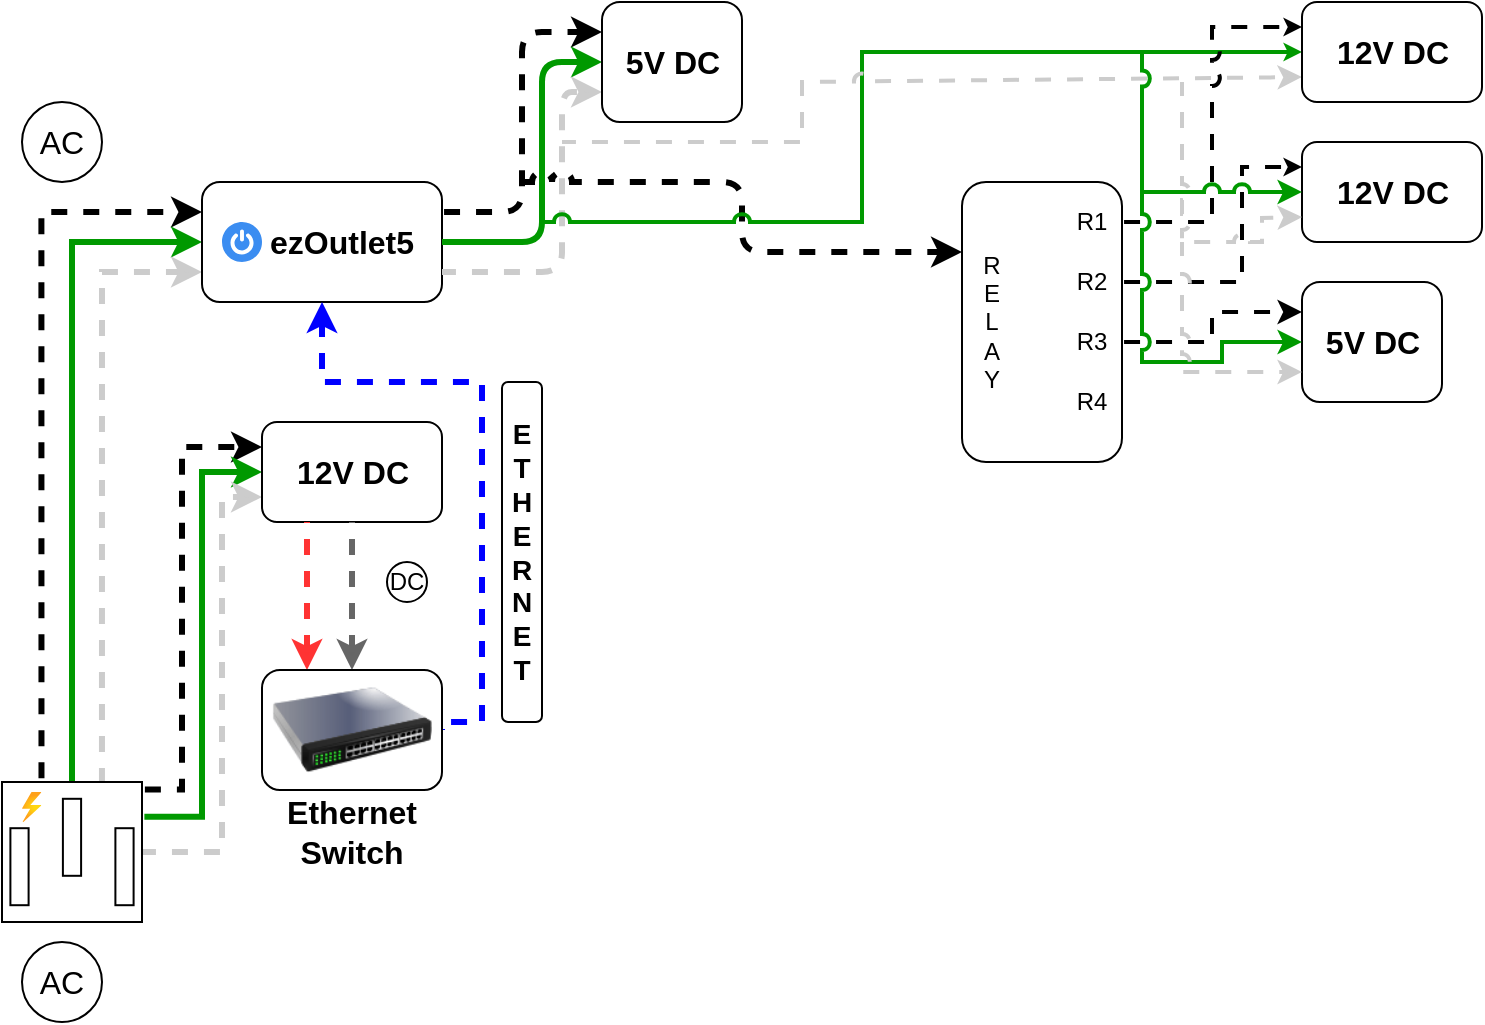
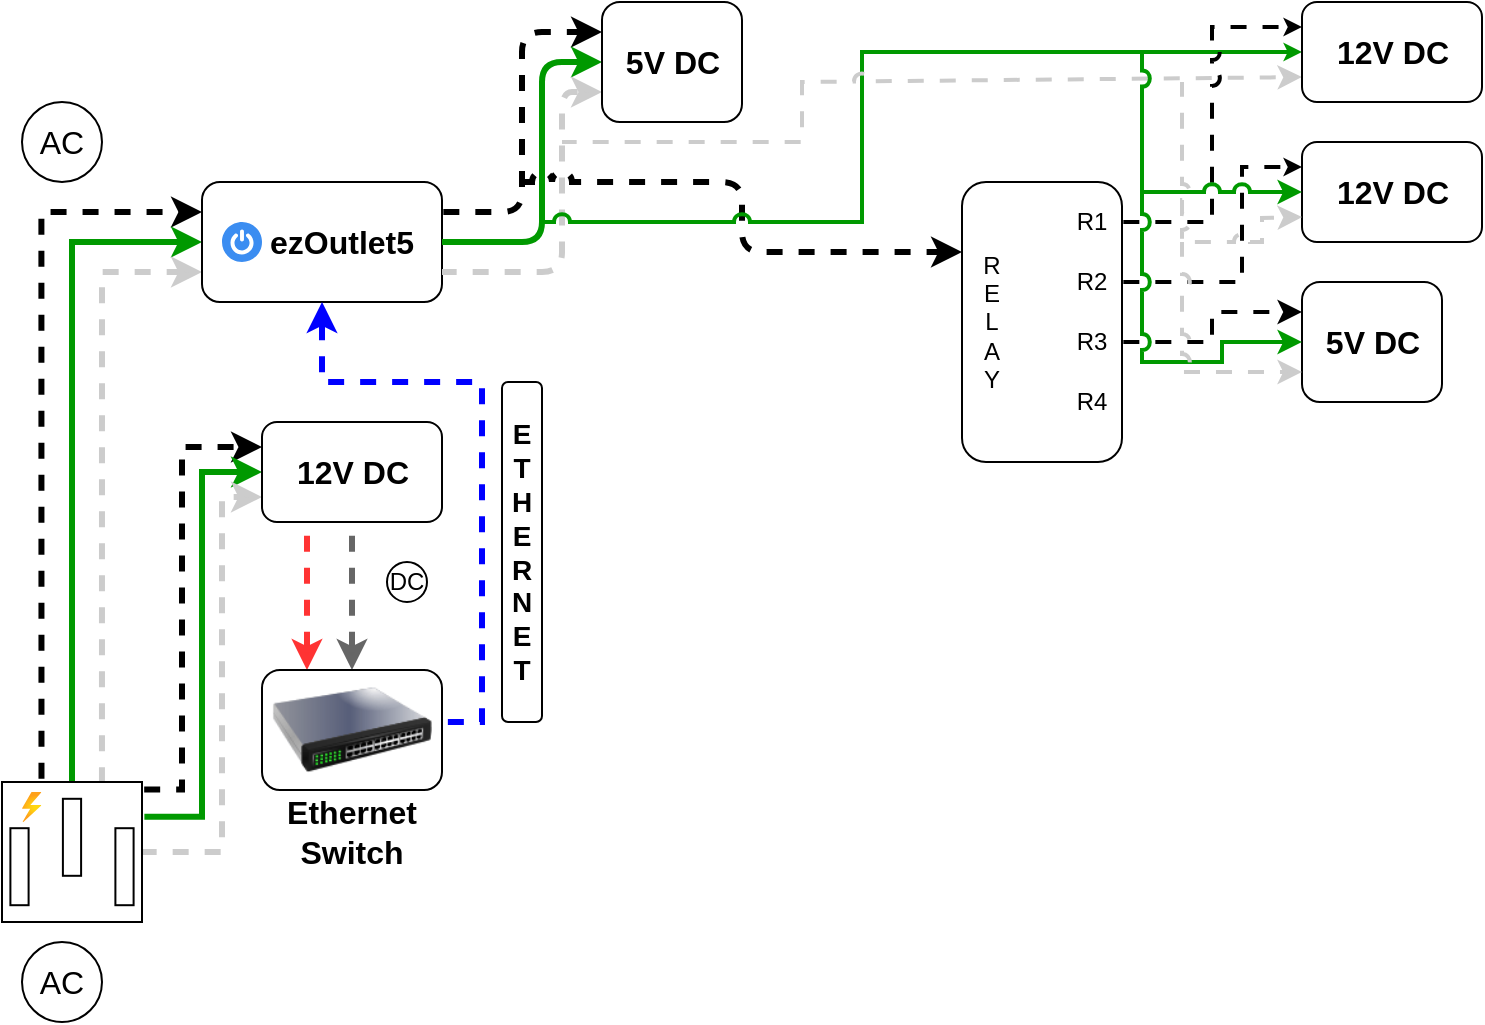
<mxfile host="app.diagrams.net" agent="Mozilla/5.0 (Windows NT 10.0; Win64; x64) AppleWebKit/537.36 (KHTML, like Gecko) Chrome/131.0.0.0 Safari/537.36 Edg/131.0.0.0" version="25.0.3">
  <diagram name="Page-1" id="VlRkN-xOVygPYa-iD9Ir">
-     <mxGraphModel dx="420" dy="263" grid="1" gridSize="10" guides="1" tooltips="1" connect="1" arrows="1" fold="1" page="1" pageScale="1" pageWidth="1169" pageHeight="827" background="none" math="0" shadow="0">
+     <mxGraphModel dx="1050" dy="658" grid="1" gridSize="10" guides="1" tooltips="1" connect="1" arrows="1" fold="1" page="1" pageScale="1" pageWidth="1169" pageHeight="827" background="none" math="0" shadow="0">
      <root>
        <mxCell id="0" />
        <mxCell id="1" parent="0" />
        <mxCell id="JVLtuT8sySUBbFbLTn6r-3" style="edgeStyle=orthogonalEdgeStyle;rounded=0;orthogonalLoop=1;jettySize=auto;html=1;entryX=0;entryY=0.25;entryDx=0;entryDy=0;exitX=0.282;exitY=-0.013;exitDx=0;exitDy=0;exitPerimeter=0;strokeWidth=3;flowAnimation=1;flowAnimationDirection=alternate;flowAnimationTimingFunction=ease-in-out;flowAnimationDuration=1500;" edge="1" parent="1" source="pD8juBFKP1GN8B8eYQTb-1" target="pD8juBFKP1GN8B8eYQTb-3">
          <mxGeometry relative="1" as="geometry" />
        </mxCell>
        <mxCell id="JVLtuT8sySUBbFbLTn6r-4" style="edgeStyle=orthogonalEdgeStyle;rounded=0;orthogonalLoop=1;jettySize=auto;html=1;exitX=0.5;exitY=0;exitDx=0;exitDy=0;exitPerimeter=0;entryX=0;entryY=0.5;entryDx=0;entryDy=0;strokeColor=#009900;strokeWidth=3;" edge="1" parent="1" source="pD8juBFKP1GN8B8eYQTb-1" target="pD8juBFKP1GN8B8eYQTb-3">
          <mxGeometry relative="1" as="geometry" />
        </mxCell>
        <mxCell id="JVLtuT8sySUBbFbLTn6r-5" style="edgeStyle=orthogonalEdgeStyle;rounded=0;orthogonalLoop=1;jettySize=auto;html=1;entryX=0;entryY=0.75;entryDx=0;entryDy=0;exitX=0.714;exitY=0;exitDx=0;exitDy=0;exitPerimeter=0;strokeWidth=3;strokeColor=#CCCCCC;flowAnimation=1;flowAnimationDirection=alternate-reverse;flowAnimationTimingFunction=ease-in-out;flowAnimationDuration=1500;" edge="1" parent="1" source="pD8juBFKP1GN8B8eYQTb-1" target="pD8juBFKP1GN8B8eYQTb-3">
          <mxGeometry relative="1" as="geometry">
            <mxPoint x="120" y="320" as="targetPoint" />
          </mxGeometry>
        </mxCell>
        <mxCell id="JVLtuT8sySUBbFbLTn6r-6" style="edgeStyle=orthogonalEdgeStyle;rounded=0;orthogonalLoop=1;jettySize=auto;html=1;entryX=0;entryY=0.25;entryDx=0;entryDy=0;exitX=1.006;exitY=0.054;exitDx=0;exitDy=0;exitPerimeter=0;strokeWidth=3;flowAnimation=1;flowAnimationDirection=alternate;flowAnimationTimingFunction=ease-in-out;flowAnimationDuration=1500;" edge="1" parent="1" source="pD8juBFKP1GN8B8eYQTb-1" target="pD8juBFKP1GN8B8eYQTb-24">
          <mxGeometry relative="1" as="geometry">
            <Array as="points">
              <mxPoint x="120" y="404" />
              <mxPoint x="120" y="233" />
            </Array>
          </mxGeometry>
        </mxCell>
        <mxCell id="JVLtuT8sySUBbFbLTn6r-7" style="edgeStyle=orthogonalEdgeStyle;rounded=0;orthogonalLoop=1;jettySize=auto;html=1;entryX=0;entryY=0.5;entryDx=0;entryDy=0;exitX=1.017;exitY=0.249;exitDx=0;exitDy=0;exitPerimeter=0;strokeWidth=3;strokeColor=#009900;" edge="1" parent="1" source="pD8juBFKP1GN8B8eYQTb-1" target="pD8juBFKP1GN8B8eYQTb-24">
          <mxGeometry relative="1" as="geometry" />
        </mxCell>
        <mxCell id="JVLtuT8sySUBbFbLTn6r-8" style="edgeStyle=orthogonalEdgeStyle;rounded=0;orthogonalLoop=1;jettySize=auto;html=1;entryX=0;entryY=0.75;entryDx=0;entryDy=0;strokeColor=#CCCCCC;strokeWidth=3;flowAnimation=1;flowAnimationDirection=alternate-reverse;flowAnimationTimingFunction=ease-in-out;flowAnimationDuration=1500;" edge="1" parent="1" source="pD8juBFKP1GN8B8eYQTb-1" target="pD8juBFKP1GN8B8eYQTb-24">
          <mxGeometry relative="1" as="geometry">
            <Array as="points">
              <mxPoint x="140" y="435" />
              <mxPoint x="140" y="258" />
            </Array>
          </mxGeometry>
        </mxCell>
        <mxCell id="JVLtuT8sySUBbFbLTn6r-1" value="" style="group" vertex="1" connectable="0" parent="1">
          <mxGeometry x="30" y="480" width="60" height="40" as="geometry" />
        </mxCell>
        <mxCell id="pD8juBFKP1GN8B8eYQTb-22" value="AC" style="text;html=1;align=center;verticalAlign=middle;whiteSpace=wrap;rounded=0;fontSize=16;" parent="JVLtuT8sySUBbFbLTn6r-1" vertex="1">
          <mxGeometry y="5" width="60" height="30" as="geometry" />
        </mxCell>
        <mxCell id="pD8juBFKP1GN8B8eYQTb-23" value="" style="ellipse;whiteSpace=wrap;html=1;fillColor=none;" parent="JVLtuT8sySUBbFbLTn6r-1" vertex="1">
          <mxGeometry x="10" width="40" height="40" as="geometry" />
        </mxCell>
        <mxCell id="JVLtuT8sySUBbFbLTn6r-2" value="" style="group" vertex="1" connectable="0" parent="1">
          <mxGeometry x="30" y="60" width="60" height="40" as="geometry" />
        </mxCell>
        <mxCell id="pD8juBFKP1GN8B8eYQTb-9" value="" style="ellipse;whiteSpace=wrap;html=1;fillColor=none;" parent="JVLtuT8sySUBbFbLTn6r-2" vertex="1">
          <mxGeometry x="10" width="40" height="40" as="geometry" />
        </mxCell>
        <mxCell id="pD8juBFKP1GN8B8eYQTb-11" value="AC" style="text;html=1;align=center;verticalAlign=middle;whiteSpace=wrap;rounded=0;fontSize=16;" parent="JVLtuT8sySUBbFbLTn6r-2" vertex="1">
          <mxGeometry y="5" width="60" height="30" as="geometry" />
        </mxCell>
        <mxCell id="JVLtuT8sySUBbFbLTn6r-9" value="" style="group" vertex="1" connectable="0" parent="1">
          <mxGeometry x="130" y="100" width="120" height="60" as="geometry" />
        </mxCell>
        <mxCell id="JVLtuT8sySUBbFbLTn6r-16" value="" style="group" vertex="1" connectable="0" parent="JVLtuT8sySUBbFbLTn6r-9">
          <mxGeometry width="120" height="60" as="geometry" />
        </mxCell>
        <mxCell id="pD8juBFKP1GN8B8eYQTb-3" value="" style="rounded=1;whiteSpace=wrap;html=1;" parent="JVLtuT8sySUBbFbLTn6r-16" vertex="1">
          <mxGeometry width="120" height="60" as="geometry" />
        </mxCell>
        <mxCell id="JVLtuT8sySUBbFbLTn6r-13" value="" style="sketch=0;html=1;aspect=fixed;strokeColor=none;shadow=0;fillColor=#3B8DF1;verticalAlign=top;labelPosition=center;verticalLabelPosition=bottom;shape=mxgraph.gcp2.a7_power" vertex="1" parent="JVLtuT8sySUBbFbLTn6r-16">
          <mxGeometry x="10" y="20" width="20" height="20" as="geometry" />
        </mxCell>
        <mxCell id="pD8juBFKP1GN8B8eYQTb-15" value="&lt;b&gt;ezOutlet5&lt;/b&gt;" style="text;html=1;align=center;verticalAlign=middle;whiteSpace=wrap;rounded=0;fontSize=16;" parent="JVLtuT8sySUBbFbLTn6r-16" vertex="1">
          <mxGeometry x="40" y="10" width="60" height="40" as="geometry" />
        </mxCell>
        <mxCell id="JVLtuT8sySUBbFbLTn6r-11" value="" style="group" vertex="1" connectable="0" parent="1">
          <mxGeometry x="160" y="220" width="90" height="50" as="geometry" />
        </mxCell>
        <mxCell id="JVLtuT8sySUBbFbLTn6r-72" value="" style="group" vertex="1" connectable="0" parent="JVLtuT8sySUBbFbLTn6r-11">
          <mxGeometry width="90" height="50" as="geometry" />
        </mxCell>
        <mxCell id="pD8juBFKP1GN8B8eYQTb-24" value="" style="rounded=1;whiteSpace=wrap;html=1;" parent="JVLtuT8sySUBbFbLTn6r-72" vertex="1">
          <mxGeometry width="90" height="50" as="geometry" />
        </mxCell>
        <mxCell id="JVLtuT8sySUBbFbLTn6r-10" value="&lt;font style=&quot;font-size: 16px;&quot;&gt;&lt;b&gt;12V DC&lt;/b&gt;&lt;/font&gt;" style="text;html=1;align=center;verticalAlign=middle;whiteSpace=wrap;rounded=0;" vertex="1" parent="JVLtuT8sySUBbFbLTn6r-72">
          <mxGeometry x="15.75" y="10" width="58.5" height="30" as="geometry" />
        </mxCell>
        <mxCell id="JVLtuT8sySUBbFbLTn6r-18" value="" style="group" vertex="1" connectable="0" parent="1">
          <mxGeometry x="30" y="400" width="70" height="70" as="geometry" />
        </mxCell>
        <mxCell id="pD8juBFKP1GN8B8eYQTb-1" value="" style="pointerEvents=1;verticalLabelPosition=bottom;shadow=0;dashed=0;align=center;html=1;verticalAlign=top;shape=mxgraph.electrical.miscellaneous.ac_out" parent="JVLtuT8sySUBbFbLTn6r-18" vertex="1">
          <mxGeometry width="70" height="70" as="geometry" />
        </mxCell>
        <mxCell id="JVLtuT8sySUBbFbLTn6r-12" value="" style="image;aspect=fixed;html=1;points=[];align=center;fontSize=12;image=img/lib/azure2/general/Power.svg;" vertex="1" parent="JVLtuT8sySUBbFbLTn6r-18">
          <mxGeometry x="10" y="5" width="9.72" height="15" as="geometry" />
        </mxCell>
        <mxCell id="JVLtuT8sySUBbFbLTn6r-23" style="edgeStyle=orthogonalEdgeStyle;rounded=0;orthogonalLoop=1;jettySize=auto;html=1;entryX=0.25;entryY=0;entryDx=0;entryDy=0;exitX=0.25;exitY=1;exitDx=0;exitDy=0;strokeColor=#FF3333;strokeWidth=3;flowAnimation=1;" edge="1" parent="1" source="pD8juBFKP1GN8B8eYQTb-24" target="JVLtuT8sySUBbFbLTn6r-19">
          <mxGeometry relative="1" as="geometry" />
        </mxCell>
        <mxCell id="JVLtuT8sySUBbFbLTn6r-28" value="" style="group" vertex="1" connectable="0" parent="1">
          <mxGeometry x="220" y="290" width="25" height="20" as="geometry" />
        </mxCell>
        <mxCell id="JVLtuT8sySUBbFbLTn6r-26" value="" style="ellipse;whiteSpace=wrap;html=1;aspect=fixed;" vertex="1" parent="JVLtuT8sySUBbFbLTn6r-28">
          <mxGeometry x="2.5" width="20" height="20" as="geometry" />
        </mxCell>
        <mxCell id="JVLtuT8sySUBbFbLTn6r-27" value="&lt;font&gt;DC&lt;/font&gt;" style="text;html=1;align=center;verticalAlign=middle;whiteSpace=wrap;rounded=0;" vertex="1" parent="JVLtuT8sySUBbFbLTn6r-28">
          <mxGeometry y="2.5" width="25" height="15" as="geometry" />
        </mxCell>
        <mxCell id="JVLtuT8sySUBbFbLTn6r-29" style="edgeStyle=orthogonalEdgeStyle;rounded=0;orthogonalLoop=1;jettySize=auto;html=1;exitX=0.5;exitY=1;exitDx=0;exitDy=0;entryX=0.5;entryY=0;entryDx=0;entryDy=0;strokeWidth=3;flowAnimation=1;strokeColor=#666666;" edge="1" parent="1" source="pD8juBFKP1GN8B8eYQTb-24" target="JVLtuT8sySUBbFbLTn6r-19">
          <mxGeometry relative="1" as="geometry" />
        </mxCell>
        <mxCell id="JVLtuT8sySUBbFbLTn6r-30" style="edgeStyle=orthogonalEdgeStyle;rounded=0;orthogonalLoop=1;jettySize=auto;html=1;exitX=1;exitY=0.5;exitDx=0;exitDy=0;entryX=0.5;entryY=1;entryDx=0;entryDy=0;strokeColor=#0000FF;strokeWidth=3;flowAnimation=1;" edge="1" parent="1" source="JVLtuT8sySUBbFbLTn6r-19" target="pD8juBFKP1GN8B8eYQTb-3">
          <mxGeometry relative="1" as="geometry">
            <Array as="points">
              <mxPoint x="270" y="370" />
              <mxPoint x="270" y="200" />
              <mxPoint x="190" y="200" />
            </Array>
          </mxGeometry>
        </mxCell>
        <mxCell id="JVLtuT8sySUBbFbLTn6r-31" value="" style="rounded=1;whiteSpace=wrap;html=1;" vertex="1" parent="1">
          <mxGeometry x="280" y="200" width="20" height="170" as="geometry" />
        </mxCell>
        <mxCell id="JVLtuT8sySUBbFbLTn6r-32" value="&lt;b&gt;&lt;font style=&quot;font-size: 14px;&quot;&gt;E&lt;/font&gt;&lt;/b&gt;&lt;div&gt;&lt;b&gt;&lt;font style=&quot;font-size: 14px;&quot;&gt;T&lt;/font&gt;&lt;/b&gt;&lt;/div&gt;&lt;div&gt;&lt;b&gt;&lt;font style=&quot;font-size: 14px;&quot;&gt;H&lt;/font&gt;&lt;/b&gt;&lt;/div&gt;&lt;div&gt;&lt;b&gt;&lt;font style=&quot;font-size: 14px;&quot;&gt;E&lt;/font&gt;&lt;/b&gt;&lt;/div&gt;&lt;div&gt;&lt;b&gt;&lt;font style=&quot;font-size: 14px;&quot;&gt;R&lt;/font&gt;&lt;/b&gt;&lt;/div&gt;&lt;div&gt;&lt;b&gt;&lt;font style=&quot;font-size: 14px;&quot;&gt;N&lt;/font&gt;&lt;/b&gt;&lt;/div&gt;&lt;div&gt;&lt;b&gt;&lt;font style=&quot;font-size: 14px;&quot;&gt;E&lt;/font&gt;&lt;/b&gt;&lt;/div&gt;&lt;div&gt;&lt;b&gt;&lt;font style=&quot;font-size: 14px;&quot;&gt;T&lt;/font&gt;&lt;/b&gt;&lt;/div&gt;" style="text;html=1;align=center;verticalAlign=middle;whiteSpace=wrap;rounded=0;" vertex="1" parent="1">
          <mxGeometry x="275" y="180" width="30" height="210" as="geometry" />
        </mxCell>
        <mxCell id="JVLtuT8sySUBbFbLTn6r-33" value="" style="rounded=1;whiteSpace=wrap;html=1;" vertex="1" parent="1">
          <mxGeometry x="510" y="100" width="80" height="140" as="geometry" />
        </mxCell>
        <mxCell id="JVLtuT8sySUBbFbLTn6r-35" style="edgeStyle=orthogonalEdgeStyle;rounded=1;orthogonalLoop=1;jettySize=auto;html=1;exitX=1;exitY=0.25;exitDx=0;exitDy=0;entryX=0;entryY=0.25;entryDx=0;entryDy=0;curved=0;strokeWidth=3;flowAnimation=1;flowAnimationDirection=alternate;flowAnimationTimingFunction=ease-in-out;flowAnimationDuration=1500;" edge="1" parent="1" source="pD8juBFKP1GN8B8eYQTb-3" target="JVLtuT8sySUBbFbLTn6r-34">
          <mxGeometry relative="1" as="geometry" />
        </mxCell>
        <mxCell id="JVLtuT8sySUBbFbLTn6r-36" style="edgeStyle=orthogonalEdgeStyle;rounded=1;orthogonalLoop=1;jettySize=auto;html=1;exitX=1;exitY=0.5;exitDx=0;exitDy=0;entryX=0;entryY=0.5;entryDx=0;entryDy=0;curved=0;strokeWidth=3;strokeColor=#009900;" edge="1" parent="1" source="pD8juBFKP1GN8B8eYQTb-3" target="JVLtuT8sySUBbFbLTn6r-34">
          <mxGeometry relative="1" as="geometry">
            <Array as="points">
              <mxPoint x="300" y="130" />
              <mxPoint x="300" y="40" />
            </Array>
          </mxGeometry>
        </mxCell>
        <mxCell id="JVLtuT8sySUBbFbLTn6r-37" style="edgeStyle=orthogonalEdgeStyle;rounded=1;orthogonalLoop=1;jettySize=auto;html=1;exitX=1;exitY=0.75;exitDx=0;exitDy=0;entryX=0;entryY=0.75;entryDx=0;entryDy=0;curved=0;strokeColor=#CCCCCC;strokeWidth=3;flowAnimation=1;flowAnimationDirection=alternate-reverse;flowAnimationTimingFunction=ease-in-out;flowAnimationDuration=1500;" edge="1" parent="1" source="pD8juBFKP1GN8B8eYQTb-3" target="JVLtuT8sySUBbFbLTn6r-34">
          <mxGeometry relative="1" as="geometry">
            <Array as="points">
              <mxPoint x="310" y="145" />
              <mxPoint x="310" y="55" />
            </Array>
          </mxGeometry>
        </mxCell>
        <mxCell id="JVLtuT8sySUBbFbLTn6r-40" value="" style="endArrow=classic;html=1;rounded=1;curved=0;entryX=0;entryY=0.25;entryDx=0;entryDy=0;jumpStyle=arc;strokeWidth=3;flowAnimation=1;flowAnimationDirection=alternate;flowAnimationTimingFunction=ease-in-out;flowAnimationDuration=1500;" edge="1" parent="1" target="JVLtuT8sySUBbFbLTn6r-33">
          <mxGeometry width="50" height="50" relative="1" as="geometry">
            <mxPoint x="290" y="100" as="sourcePoint" />
            <mxPoint x="410" y="170" as="targetPoint" />
            <Array as="points">
              <mxPoint x="400" y="100" />
              <mxPoint x="400" y="135" />
            </Array>
          </mxGeometry>
        </mxCell>
        <mxCell id="JVLtuT8sySUBbFbLTn6r-51" value="" style="group" vertex="1" connectable="0" parent="1">
          <mxGeometry x="160" y="344" width="90" height="96" as="geometry" />
        </mxCell>
        <mxCell id="JVLtuT8sySUBbFbLTn6r-21" value="" style="group" vertex="1" connectable="0" parent="JVLtuT8sySUBbFbLTn6r-51">
          <mxGeometry width="90" height="70" as="geometry" />
        </mxCell>
        <mxCell id="JVLtuT8sySUBbFbLTn6r-50" value="" style="group" vertex="1" connectable="0" parent="JVLtuT8sySUBbFbLTn6r-21">
          <mxGeometry width="90" height="70" as="geometry" />
        </mxCell>
        <mxCell id="JVLtuT8sySUBbFbLTn6r-19" value="" style="rounded=1;whiteSpace=wrap;html=1;" vertex="1" parent="JVLtuT8sySUBbFbLTn6r-50">
          <mxGeometry width="90" height="60" as="geometry" />
        </mxCell>
        <mxCell id="JVLtuT8sySUBbFbLTn6r-49" value="" style="image;html=1;image=img/lib/clip_art/networking/Switch_128x128.png" vertex="1" parent="JVLtuT8sySUBbFbLTn6r-50">
          <mxGeometry x="5" y="-10" width="80" height="80" as="geometry" />
        </mxCell>
        <mxCell id="JVLtuT8sySUBbFbLTn6r-20" value="&lt;b&gt;&lt;font style=&quot;font-size: 16px;&quot;&gt;Ethernet&lt;/font&gt;&lt;/b&gt;&lt;div&gt;&lt;b&gt;&lt;font style=&quot;font-size: 16px;&quot;&gt;Switch&lt;/font&gt;&lt;/b&gt;&lt;/div&gt;" style="text;html=1;align=center;verticalAlign=middle;whiteSpace=wrap;rounded=0;" vertex="1" parent="JVLtuT8sySUBbFbLTn6r-51">
          <mxGeometry x="15" y="66" width="60" height="30" as="geometry" />
        </mxCell>
        <mxCell id="JVLtuT8sySUBbFbLTn6r-53" value="" style="group" vertex="1" connectable="0" parent="1">
          <mxGeometry x="330" y="10" width="70" height="60" as="geometry" />
        </mxCell>
        <mxCell id="JVLtuT8sySUBbFbLTn6r-71" value="" style="group" vertex="1" connectable="0" parent="JVLtuT8sySUBbFbLTn6r-53">
          <mxGeometry width="70" height="60" as="geometry" />
        </mxCell>
        <mxCell id="JVLtuT8sySUBbFbLTn6r-34" value="" style="rounded=1;whiteSpace=wrap;html=1;" vertex="1" parent="JVLtuT8sySUBbFbLTn6r-71">
          <mxGeometry width="70" height="60" as="geometry" />
        </mxCell>
        <mxCell id="JVLtuT8sySUBbFbLTn6r-52" value="&lt;font style=&quot;font-size: 16px;&quot;&gt;&lt;b&gt;5&lt;/b&gt;&lt;/font&gt;&lt;b style=&quot;font-size: 16px; background-color: initial;&quot;&gt;V DC&lt;/b&gt;" style="text;html=1;align=center;verticalAlign=middle;whiteSpace=wrap;rounded=0;" vertex="1" parent="JVLtuT8sySUBbFbLTn6r-71">
          <mxGeometry x="5.75" y="15" width="58.5" height="30" as="geometry" />
        </mxCell>
        <mxCell id="JVLtuT8sySUBbFbLTn6r-54" value="" style="endArrow=classic;html=1;rounded=0;entryX=0;entryY=0.5;entryDx=0;entryDy=0;jumpStyle=arc;strokeColor=#009900;strokeWidth=2;endSize=3;" edge="1" parent="1" target="JVLtuT8sySUBbFbLTn6r-74">
          <mxGeometry width="50" height="50" relative="1" as="geometry">
            <mxPoint x="300" y="120" as="sourcePoint" />
            <mxPoint x="350" y="80" as="targetPoint" />
            <Array as="points">
              <mxPoint x="460" y="120" />
              <mxPoint x="460" y="35" />
            </Array>
          </mxGeometry>
        </mxCell>
        <mxCell id="JVLtuT8sySUBbFbLTn6r-55" value="" style="endArrow=classic;html=1;rounded=0;entryX=0;entryY=0.75;entryDx=0;entryDy=0;strokeColor=#CCCCCC;strokeWidth=2;jumpStyle=arc;flowAnimation=1;flowAnimationDirection=alternate-reverse;flowAnimationTimingFunction=ease-in-out;flowAnimationDuration=1500;" edge="1" parent="1" target="JVLtuT8sySUBbFbLTn6r-74">
          <mxGeometry width="50" height="50" relative="1" as="geometry">
            <mxPoint x="310" y="80" as="sourcePoint" />
            <mxPoint x="350" y="140" as="targetPoint" />
            <Array as="points">
              <mxPoint x="430" y="80" />
              <mxPoint x="430" y="50" />
              <mxPoint x="520" y="50" />
            </Array>
          </mxGeometry>
        </mxCell>
        <mxCell id="JVLtuT8sySUBbFbLTn6r-56" value="R&lt;div&gt;E&lt;/div&gt;&lt;div&gt;L&lt;/div&gt;&lt;div&gt;A&lt;/div&gt;&lt;div&gt;Y&lt;/div&gt;" style="text;html=1;align=center;verticalAlign=middle;whiteSpace=wrap;rounded=0;" vertex="1" parent="1">
          <mxGeometry x="510" y="135" width="30" height="70" as="geometry" />
        </mxCell>
        <mxCell id="JVLtuT8sySUBbFbLTn6r-79" style="edgeStyle=orthogonalEdgeStyle;rounded=0;orthogonalLoop=1;jettySize=auto;html=1;exitX=1;exitY=0.5;exitDx=0;exitDy=0;entryX=0;entryY=0.25;entryDx=0;entryDy=0;strokeWidth=2;flowAnimation=1;flowAnimationDirection=alternate;flowAnimationTimingFunction=ease-in-out;flowAnimationDuration=1500;jumpStyle=arc;endSize=3;" edge="1" parent="1" source="JVLtuT8sySUBbFbLTn6r-57" target="JVLtuT8sySUBbFbLTn6r-74">
          <mxGeometry relative="1" as="geometry" />
        </mxCell>
        <mxCell id="JVLtuT8sySUBbFbLTn6r-57" value="R1" style="text;html=1;align=center;verticalAlign=middle;whiteSpace=wrap;rounded=0;" vertex="1" parent="1">
          <mxGeometry x="560" y="105" width="30" height="30" as="geometry" />
        </mxCell>
        <mxCell id="JVLtuT8sySUBbFbLTn6r-80" style="edgeStyle=orthogonalEdgeStyle;rounded=0;orthogonalLoop=1;jettySize=auto;html=1;exitX=1;exitY=0.5;exitDx=0;exitDy=0;entryX=0;entryY=0.25;entryDx=0;entryDy=0;strokeWidth=2;flowAnimation=1;flowAnimationDirection=alternate;flowAnimationTimingFunction=ease-in-out;flowAnimationDuration=1500;endSize=3;jumpStyle=arc;" edge="1" parent="1" source="JVLtuT8sySUBbFbLTn6r-58" target="JVLtuT8sySUBbFbLTn6r-77">
          <mxGeometry relative="1" as="geometry">
            <Array as="points">
              <mxPoint x="650" y="150" />
              <mxPoint x="650" y="93" />
            </Array>
          </mxGeometry>
        </mxCell>
        <mxCell id="JVLtuT8sySUBbFbLTn6r-58" value="R2" style="text;html=1;align=center;verticalAlign=middle;whiteSpace=wrap;rounded=0;" vertex="1" parent="1">
          <mxGeometry x="560" y="135" width="30" height="30" as="geometry" />
        </mxCell>
        <mxCell id="JVLtuT8sySUBbFbLTn6r-81" style="edgeStyle=orthogonalEdgeStyle;rounded=0;orthogonalLoop=1;jettySize=auto;html=1;exitX=1;exitY=0.5;exitDx=0;exitDy=0;entryX=0;entryY=0.25;entryDx=0;entryDy=0;strokeWidth=2;flowAnimation=1;flowAnimationDirection=alternate;flowAnimationTimingFunction=ease-in-out;flowAnimationDuration=1500;jumpStyle=arc;" edge="1" parent="1" source="JVLtuT8sySUBbFbLTn6r-59" target="JVLtuT8sySUBbFbLTn6r-63">
          <mxGeometry relative="1" as="geometry" />
        </mxCell>
        <mxCell id="JVLtuT8sySUBbFbLTn6r-59" value="R3" style="text;html=1;align=center;verticalAlign=middle;whiteSpace=wrap;rounded=0;" vertex="1" parent="1">
          <mxGeometry x="560" y="165" width="30" height="30" as="geometry" />
        </mxCell>
        <mxCell id="JVLtuT8sySUBbFbLTn6r-60" value="R4" style="text;html=1;align=center;verticalAlign=middle;whiteSpace=wrap;rounded=0;" vertex="1" parent="1">
          <mxGeometry x="560" y="195" width="30" height="30" as="geometry" />
        </mxCell>
        <mxCell id="JVLtuT8sySUBbFbLTn6r-67" value="" style="group" vertex="1" connectable="0" parent="1">
          <mxGeometry x="680" y="150" width="70" height="60" as="geometry" />
        </mxCell>
        <mxCell id="JVLtuT8sySUBbFbLTn6r-63" value="" style="rounded=1;whiteSpace=wrap;html=1;" vertex="1" parent="JVLtuT8sySUBbFbLTn6r-67">
          <mxGeometry width="70" height="60" as="geometry" />
        </mxCell>
        <mxCell id="JVLtuT8sySUBbFbLTn6r-62" value="" style="group" vertex="1" connectable="0" parent="JVLtuT8sySUBbFbLTn6r-67">
          <mxGeometry width="70" height="60" as="geometry" />
        </mxCell>
        <mxCell id="JVLtuT8sySUBbFbLTn6r-64" value="&lt;font style=&quot;font-size: 16px;&quot;&gt;&lt;b&gt;5&lt;/b&gt;&lt;/font&gt;&lt;b style=&quot;font-size: 16px; background-color: initial;&quot;&gt;V DC&lt;/b&gt;" style="text;html=1;align=center;verticalAlign=middle;whiteSpace=wrap;rounded=0;" vertex="1" parent="JVLtuT8sySUBbFbLTn6r-62">
          <mxGeometry x="5.75" y="15" width="58.5" height="30" as="geometry" />
        </mxCell>
        <mxCell id="JVLtuT8sySUBbFbLTn6r-73" value="" style="group" vertex="1" connectable="0" parent="1">
          <mxGeometry x="680" y="10" width="90" height="50" as="geometry" />
        </mxCell>
        <mxCell id="JVLtuT8sySUBbFbLTn6r-74" value="" style="rounded=1;whiteSpace=wrap;html=1;" vertex="1" parent="JVLtuT8sySUBbFbLTn6r-73">
          <mxGeometry width="90" height="50" as="geometry" />
        </mxCell>
        <mxCell id="JVLtuT8sySUBbFbLTn6r-75" value="&lt;font style=&quot;font-size: 16px;&quot;&gt;&lt;b&gt;12V DC&lt;/b&gt;&lt;/font&gt;" style="text;html=1;align=center;verticalAlign=middle;whiteSpace=wrap;rounded=0;" vertex="1" parent="JVLtuT8sySUBbFbLTn6r-73">
          <mxGeometry x="15.75" y="10" width="58.5" height="30" as="geometry" />
        </mxCell>
        <mxCell id="JVLtuT8sySUBbFbLTn6r-76" value="" style="group" vertex="1" connectable="0" parent="1">
          <mxGeometry x="680" y="80" width="90" height="50" as="geometry" />
        </mxCell>
        <mxCell id="JVLtuT8sySUBbFbLTn6r-77" value="" style="rounded=1;whiteSpace=wrap;html=1;" vertex="1" parent="JVLtuT8sySUBbFbLTn6r-76">
          <mxGeometry width="90" height="50" as="geometry" />
        </mxCell>
        <mxCell id="JVLtuT8sySUBbFbLTn6r-78" value="&lt;font style=&quot;font-size: 16px;&quot;&gt;&lt;b&gt;12V DC&lt;/b&gt;&lt;/font&gt;" style="text;html=1;align=center;verticalAlign=middle;whiteSpace=wrap;rounded=0;" vertex="1" parent="JVLtuT8sySUBbFbLTn6r-76">
          <mxGeometry x="15.75" y="10" width="58.5" height="30" as="geometry" />
        </mxCell>
        <mxCell id="JVLtuT8sySUBbFbLTn6r-82" value="" style="endArrow=classic;html=1;rounded=0;entryX=0;entryY=0.5;entryDx=0;entryDy=0;jumpStyle=arc;strokeColor=#009900;strokeWidth=2;" edge="1" parent="1" target="JVLtuT8sySUBbFbLTn6r-77">
          <mxGeometry width="50" height="50" relative="1" as="geometry">
            <mxPoint x="600" y="35" as="sourcePoint" />
            <mxPoint x="660" y="105" as="targetPoint" />
            <Array as="points">
              <mxPoint x="600" y="105" />
            </Array>
          </mxGeometry>
        </mxCell>
        <mxCell id="JVLtuT8sySUBbFbLTn6r-83" value="" style="endArrow=classic;html=1;rounded=0;entryX=0;entryY=0.75;entryDx=0;entryDy=0;strokeWidth=2;strokeColor=#CCCCCC;flowAnimation=1;flowAnimationTimingFunction=ease-in-out;flowAnimationDirection=alternate-reverse;jumpStyle=arc;flowAnimationDuration=1500;" edge="1" parent="1" target="JVLtuT8sySUBbFbLTn6r-77">
          <mxGeometry width="50" height="50" relative="1" as="geometry">
            <mxPoint x="620" y="50" as="sourcePoint" />
            <mxPoint x="480" y="40" as="targetPoint" />
            <Array as="points">
              <mxPoint x="620" y="130" />
              <mxPoint x="660" y="130" />
              <mxPoint x="660" y="118" />
            </Array>
          </mxGeometry>
        </mxCell>
        <mxCell id="JVLtuT8sySUBbFbLTn6r-88" value="" style="endArrow=classic;html=1;rounded=0;entryX=0;entryY=0.5;entryDx=0;entryDy=0;strokeColor=#009900;strokeWidth=2;jumpStyle=arc;" edge="1" parent="1" target="JVLtuT8sySUBbFbLTn6r-63">
          <mxGeometry width="50" height="50" relative="1" as="geometry">
            <mxPoint x="600" y="100" as="sourcePoint" />
            <mxPoint x="600" y="140" as="targetPoint" />
            <Array as="points">
              <mxPoint x="600" y="190" />
              <mxPoint x="640" y="190" />
              <mxPoint x="640" y="180" />
            </Array>
          </mxGeometry>
        </mxCell>
        <mxCell id="JVLtuT8sySUBbFbLTn6r-89" value="" style="endArrow=classic;html=1;rounded=0;entryX=0;entryY=0.75;entryDx=0;entryDy=0;strokeWidth=2;strokeColor=#CCCCCC;flowAnimation=1;jumpStyle=arc;flowAnimationTimingFunction=ease-in-out;flowAnimationDirection=alternate-reverse;flowAnimationDuration=1500;" edge="1" parent="1" target="JVLtuT8sySUBbFbLTn6r-63">
          <mxGeometry width="50" height="50" relative="1" as="geometry">
            <mxPoint x="620" y="130" as="sourcePoint" />
            <mxPoint x="600" y="100" as="targetPoint" />
            <Array as="points">
              <mxPoint x="620" y="195" />
            </Array>
          </mxGeometry>
        </mxCell>
      </root>
    </mxGraphModel>
  </diagram>
</mxfile>
